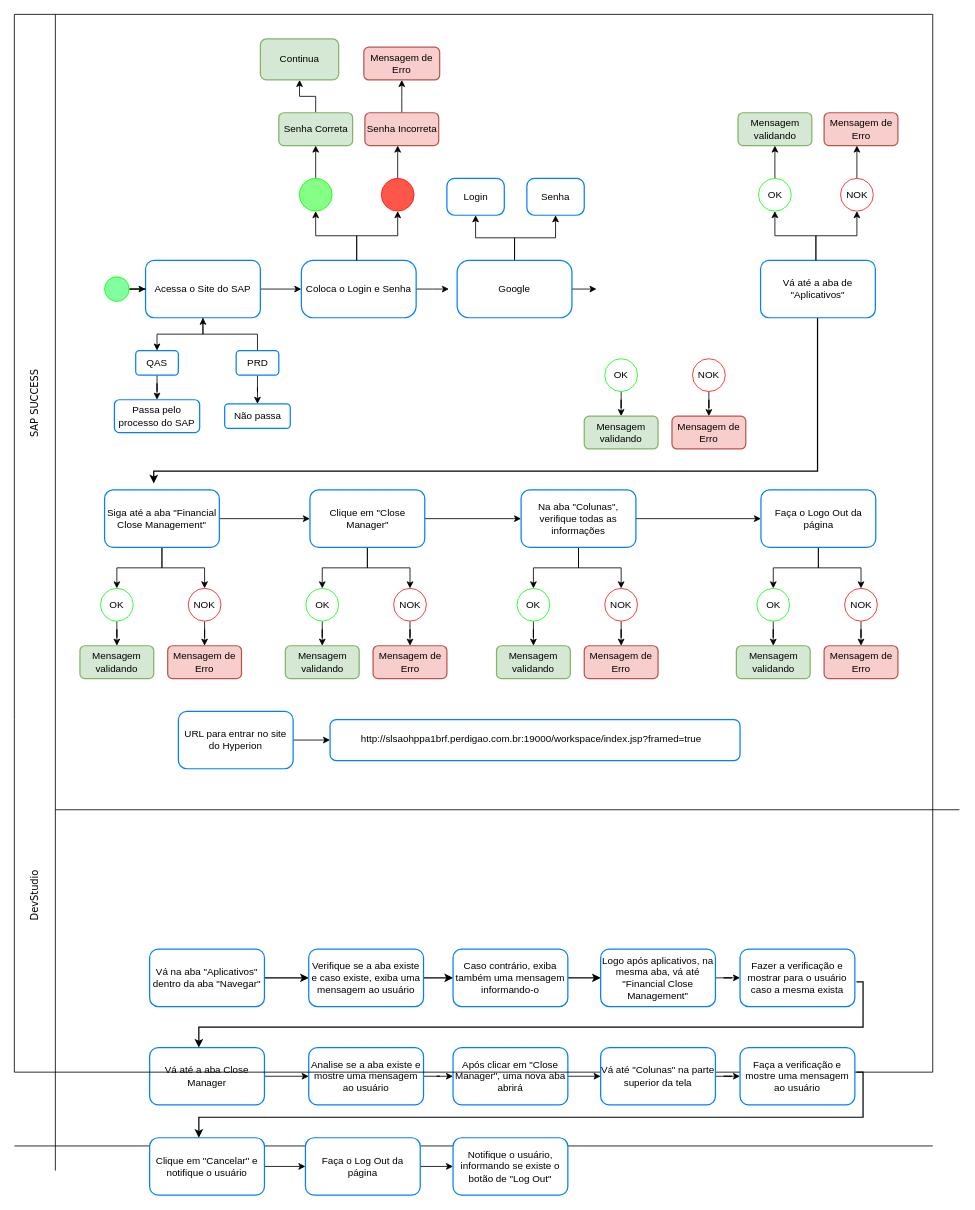
This is Diagrama detalhado - RCT087.drawio from leopartika/Meus-Projetos, a draw.io file, before an edit. Source tidied: cells renumbered, new cells numbered last; positions are measured from the earlier drawing's top-left corner, leaving out a move shared by most shapes. Both pictures are drawn from the tidied source at 82%, with x=0, y=0 at pixel (-11, 14).
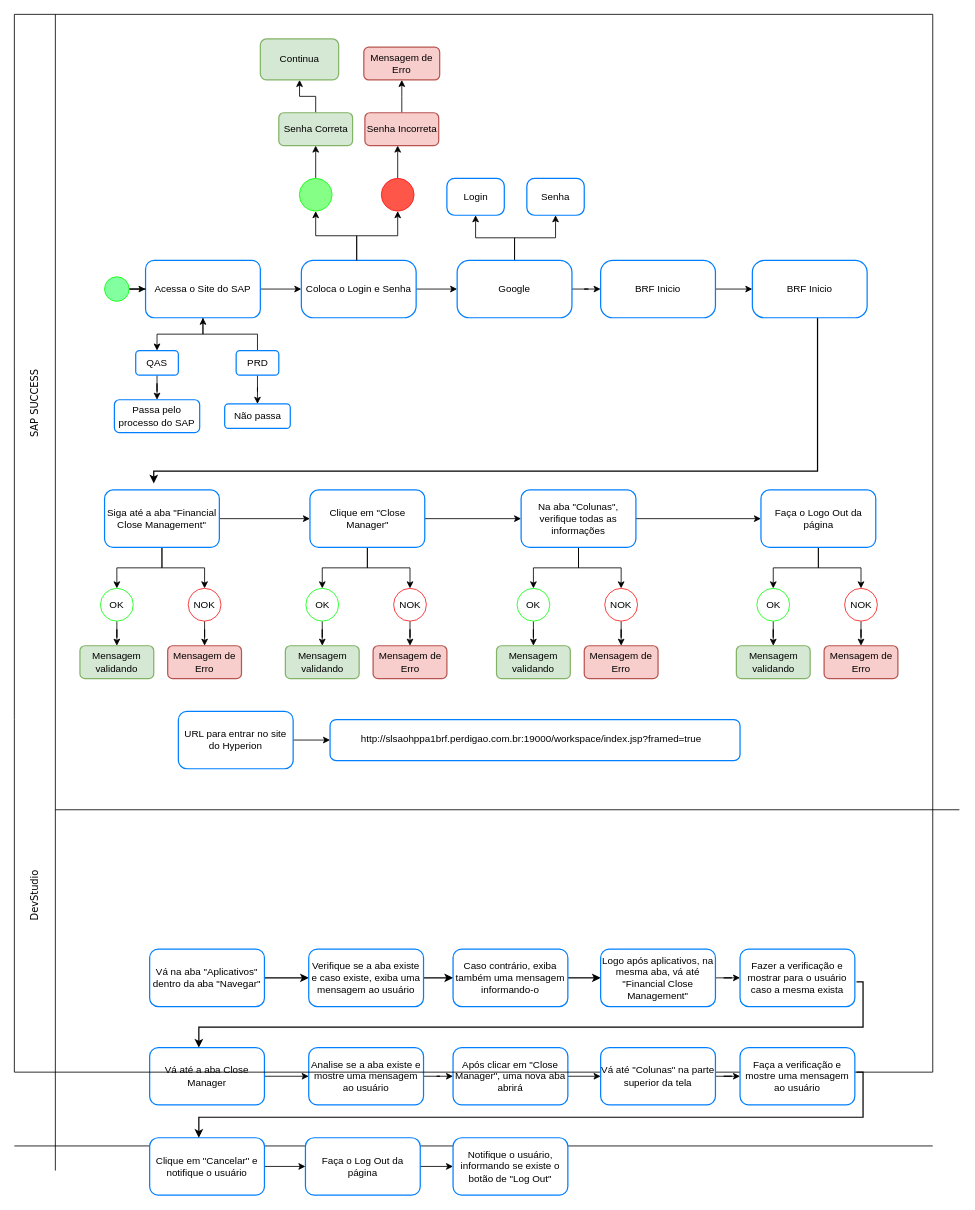
The same page after the edit.

Unchanged cells that the change refers to:
```xml
<mxCell id="7" value="Coloca o Login e Senha" style="rounded=1;whiteSpace=wrap;html=1;strokeColor=#007FFF;strokeWidth=1.5;arcSize=21;" parent="1" vertex="1">
  <mxGeometry x="380" y="300" width="140" height="70" as="geometry" />
</mxCell>
<mxCell id="122" value="Google" style="rounded=1;whiteSpace=wrap;html=1;strokeColor=#007FFF;strokeWidth=1.5;arcSize=21;" parent="1" vertex="1">
  <mxGeometry x="570" y="300" width="140" height="70" as="geometry" />
</mxCell>
```

The edit, as a diff of the source:
```diff
@@
-    <mxCell id="6" style="edgeStyle=orthogonalEdgeStyle;rounded=0;jettySize=auto;html=1;" parent="1" edge="1" source="7">
-      <mxGeometry relative="1" as="geometry">
-        <mxPoint x="560" y="335" as="targetPoint" />
-      </mxGeometry>
+    <mxCell id="6" style="edgeStyle=orthogonalEdgeStyle;rounded=0;jettySize=auto;html=1;entryX=0;entryY=0.5;entryDx=0;entryDy=0;" parent="1" edge="1" source="7" target="122">
+      <mxGeometry relative="1" as="geometry" />
     </mxCell>
@@
-    <mxCell id="53" value="Vá até a aba de &quot;Aplicativos&quot;" style="rounded=1;whiteSpace=wrap;html=1;strokeColor=#007FFF;strokeWidth=1.5;" parent="1" vertex="1">
-      <mxGeometry x="940" y="300" width="140" height="70" as="geometry" />
-    </mxCell>
@@
-    <mxCell id="63" style="edgeStyle=orthogonalEdgeStyle;rounded=0;jettySize=auto;html=1;entryX=0.5;entryY=1;entryDx=0;entryDy=0;" parent="1" edge="1" target="65">
-      <mxGeometry relative="1" as="geometry">
-        <mxPoint x="1007.5" y="300" as="sourcePoint" />
-        <Array as="points">
-          <mxPoint x="1007.5" y="270" />
-          <mxPoint x="957.5" y="270" />
-        </Array>
-      </mxGeometry>
-    </mxCell>
-    <mxCell id="64" style="edgeStyle=orthogonalEdgeStyle;rounded=0;jettySize=auto;html=1;" parent="1" edge="1" source="65" target="66">
-      <mxGeometry relative="1" as="geometry" />
-    </mxCell>
-    <mxCell id="65" value="OK" style="ellipse;whiteSpace=wrap;html=1;strokeColor=#0aff0a;" parent="1" vertex="1">
-      <mxGeometry x="937.5" y="200" width="40" height="40" as="geometry" />
-    </mxCell>
-    <mxCell id="66" value="Mensagem validando" style="whiteSpace=wrap;html=1;strokeColor=#82b366;rounded=1;strokeWidth=1.5;fillColor=#d5e8d4;" parent="1" vertex="1">
-      <mxGeometry x="912.5" y="120" width="90" height="40" as="geometry" />
-    </mxCell>
-    <mxCell id="67" style="edgeStyle=orthogonalEdgeStyle;rounded=0;orthogonalLoop=1;jettySize=auto;html=1;" parent="1" edge="1">
-      <mxGeometry relative="1" as="geometry">
-        <mxPoint x="1007.5" y="300" as="sourcePoint" />
-        <mxPoint x="1057.5" y="240" as="targetPoint" />
-        <Array as="points">
-          <mxPoint x="1007.5" y="270" />
-          <mxPoint x="1057.5" y="270" />
-          <mxPoint x="1057.5" y="240" />
-        </Array>
-      </mxGeometry>
-    </mxCell>
-    <mxCell id="68" style="edgeStyle=orthogonalEdgeStyle;rounded=0;jettySize=auto;html=1;" parent="1" edge="1" source="69" target="70">
-      <mxGeometry relative="1" as="geometry">
-        <Array as="points">
-          <mxPoint x="1057.5" y="160" />
-          <mxPoint x="1057.5" y="160" />
-        </Array>
-      </mxGeometry>
-    </mxCell>
-    <mxCell id="69" value="NOK" style="ellipse;whiteSpace=wrap;html=1;strokeColor=#f71818;" parent="1" vertex="1">
-      <mxGeometry x="1037.5" y="200" width="40" height="40" as="geometry" />
-    </mxCell>
-    <mxCell id="70" value="Mensagem de Erro" style="whiteSpace=wrap;html=1;strokeColor=#b85450;rounded=1;strokeWidth=1.5;fillColor=#f8cecc;" parent="1" vertex="1">
-      <mxGeometry x="1017.5" y="120" width="90" height="40" as="geometry" />
-    </mxCell>
@@
-    <mxCell id="119" style="edgeStyle=orthogonalEdgeStyle;rounded=0;jettySize=auto;html=1;" parent="1" edge="1" source="122">
-      <mxGeometry relative="1" as="geometry">
-        <mxPoint x="740" y="335" as="targetPoint" />
-      </mxGeometry>
+    <mxCell id="119" style="edgeStyle=orthogonalEdgeStyle;rounded=0;jettySize=auto;html=1;" parent="1" edge="1" source="122" target="132">
+      <mxGeometry relative="1" as="geometry" />
     </mxCell>
@@
-    <mxCell id="125" style="edgeStyle=orthogonalEdgeStyle;rounded=0;jettySize=auto;html=1;" parent="1" edge="1" source="126" target="129">
-      <mxGeometry relative="1" as="geometry" />
-    </mxCell>
-    <mxCell id="126" value="OK" style="ellipse;whiteSpace=wrap;html=1;strokeColor=#0aff0a;" parent="1" vertex="1">
-      <mxGeometry x="750" y="420" width="40" height="40" as="geometry" />
-    </mxCell>
-    <mxCell id="127" style="edgeStyle=orthogonalEdgeStyle;rounded=0;jettySize=auto;html=1;" parent="1" edge="1" source="128" target="130">
-      <mxGeometry relative="1" as="geometry" />
-    </mxCell>
-    <mxCell id="128" value="NOK" style="ellipse;whiteSpace=wrap;html=1;strokeColor=#f71818;" parent="1" vertex="1">
-      <mxGeometry x="857" y="420" width="40" height="40" as="geometry" />
-    </mxCell>
-    <mxCell id="129" value="Mensagem validando" style="whiteSpace=wrap;html=1;strokeColor=#82b366;rounded=1;strokeWidth=1.5;fillColor=#d5e8d4;" parent="1" vertex="1">
-      <mxGeometry x="725" y="490" width="90" height="40" as="geometry" />
-    </mxCell>
-    <mxCell id="130" value="Mensagem de Erro" style="whiteSpace=wrap;html=1;strokeColor=#b85450;rounded=1;strokeWidth=1.5;fillColor=#f8cecc;" parent="1" vertex="1">
-      <mxGeometry x="832" y="490" width="90" height="40" as="geometry" />
-    </mxCell>
+    <mxCell id="131" style="edgeStyle=orthogonalEdgeStyle;rounded=0;jettySize=auto;html=1;" parent="1" edge="1" source="132" target="133">
+      <mxGeometry relative="1" as="geometry" />
+    </mxCell>
+    <mxCell id="132" value="BRF Inicio" style="rounded=1;whiteSpace=wrap;html=1;strokeColor=#007FFF;strokeWidth=1.5;arcSize=21;" parent="1" vertex="1">
+      <mxGeometry x="745" y="300" width="140" height="70" as="geometry" />
+    </mxCell>
+    <mxCell id="133" value="BRF Inicio" style="rounded=1;whiteSpace=wrap;html=1;strokeColor=#007FFF;strokeWidth=1.5;arcSize=21;" parent="1" vertex="1">
+      <mxGeometry x="930" y="300" width="140" height="70" as="geometry" />
+    </mxCell>
```
